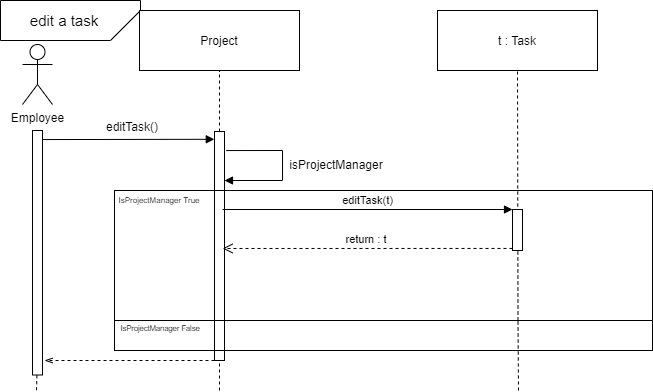
The draw.io diagram Documentation, figures, etc/Sequence Diagram-Edit task.png in s204475/SoftwareEngineering02161, before a commit. Source tidied: cells renumbered, new cells last; positions are measured from the earlier drawing's top-left corner, leaving out a move shared by most shapes.
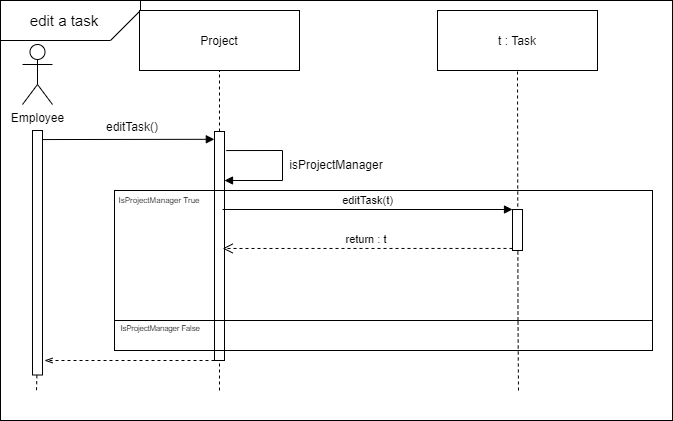
The same diagram one commit later.

The edit, as a diff of the source:
```diff
@@ -100,5 +100,8 @@
         <mxPoint x="36" y="390" as="targetPoint" />
       </mxGeometry>
     </mxCell>
+    <mxCell id="26" style="rounded=0;whiteSpace=wrap;html=1;fillColor=none;" parent="1" vertex="1">
+      <mxGeometry width="672" height="420" as="geometry" />
+    </mxCell>
   </root>
 </mxGraphModel>
```
